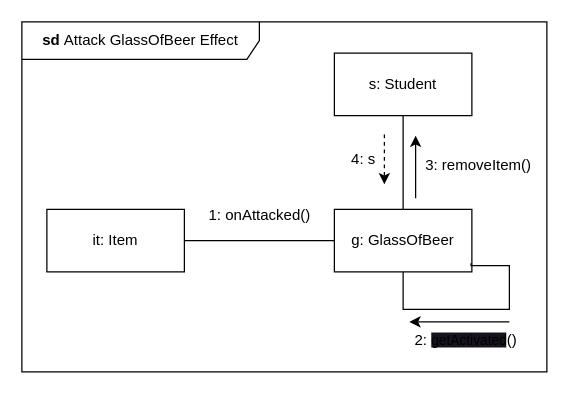
XanleR/U.B.R.---Projlab-2024 keeps this draw.io diagram as page "Attack GlassOfBeer Effect" (2 of 3) of Beadások/4. Beadás/SpecialKomms.drawio. Above is the earlier version. Source tidied: cells renumbered, new cells numbered last; positions are measured from the earlier drawing's top-left corner, leaving out a move shared by most shapes. Both pictures are drawn from the tidied source at 125%, with x=0, y=0 at pixel (21, 21).
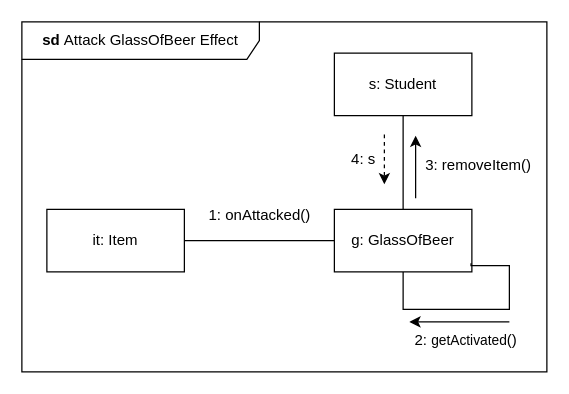
The same page after the edit.

Diff of the diagram source:
```diff
@@
-    <mxCell id="11" value="2:&amp;nbsp;&lt;span style=&quot;font-size: 11px; text-align: left; background-color: rgb(24, 20, 29);&quot;&gt;getActivated&lt;/span&gt;()" style="text;html=1;align=center;verticalAlign=middle;strokeColor=none;fillColor=none;" parent="1" vertex="1">
+    <mxCell id="11" value="&lt;span style=&quot;background-color: rgb(255, 255, 255);&quot;&gt;2:&amp;nbsp;&lt;/span&gt;&lt;span style=&quot;font-size: 11px; text-align: left;&quot;&gt;getActivated&lt;/span&gt;&lt;span style=&quot;background-color: rgb(255, 255, 255);&quot;&gt;()&lt;/span&gt;" style="text;html=1;align=center;verticalAlign=middle;strokeColor=none;fillColor=none;" parent="1" vertex="1">
       <mxGeometry x="300" y="240" width="110" height="30" as="geometry" />
     </mxCell>
```
